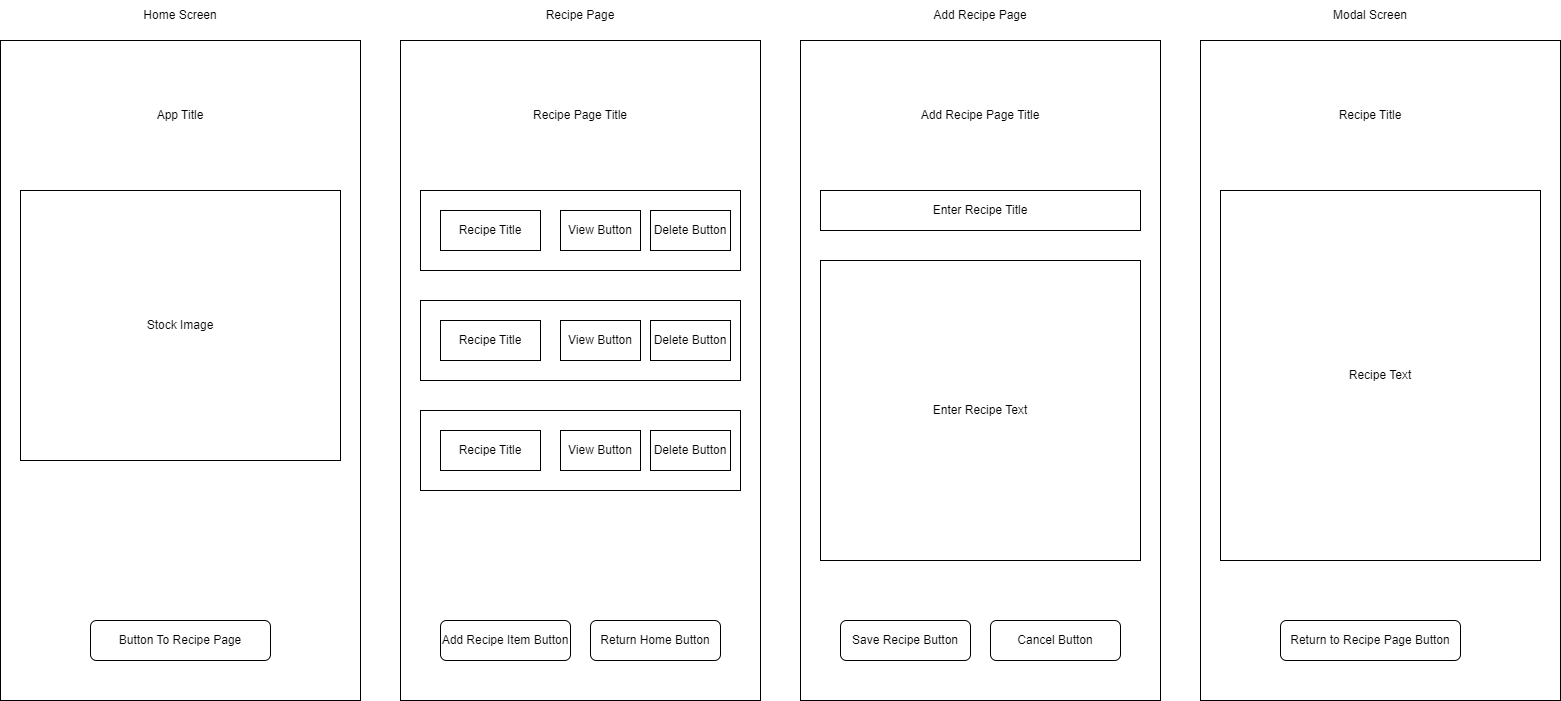
Above: Week 6/RecipesApp/docs/RecipesApp.drawio.png in KristenCav/IST236 (draw.io), before the change. Source tidied: cells renumbered, new cells last; positions are measured from the earlier drawing's top-left corner, leaving out a move shared by most shapes. The source it was exported from:
```xml
<mxGraphModel>
  <root>
    <mxCell id="0" />
    <mxCell id="1" parent="0" />
    <mxCell id="2" style="rounded=0;whiteSpace=wrap;html=1;" parent="1" vertex="1">
      <mxGeometry y="40" width="360" height="660" as="geometry" />
    </mxCell>
    <mxCell id="3" value="App Title" style="text;html=1;strokeColor=none;fillColor=none;align=center;verticalAlign=middle;whiteSpace=wrap;rounded=0;" parent="1" vertex="1">
      <mxGeometry x="100" y="100" width="160" height="30" as="geometry" />
    </mxCell>
    <mxCell id="4" value="Home Screen" style="text;html=1;strokeColor=none;fillColor=none;align=center;verticalAlign=middle;whiteSpace=wrap;rounded=0;" parent="1" vertex="1">
      <mxGeometry x="110" width="140" height="30" as="geometry" />
    </mxCell>
    <mxCell id="5" value="Stock Image" style="rounded=0;whiteSpace=wrap;html=1;" parent="1" vertex="1">
      <mxGeometry x="20" y="190" width="320" height="270" as="geometry" />
    </mxCell>
    <mxCell id="6" value="Button To Recipe Page" style="rounded=1;whiteSpace=wrap;html=1;" parent="1" vertex="1">
      <mxGeometry x="90" y="620" width="180" height="40" as="geometry" />
    </mxCell>
    <mxCell id="7" style="rounded=0;whiteSpace=wrap;html=1;" parent="1" vertex="1">
      <mxGeometry x="400" y="40" width="360" height="660" as="geometry" />
    </mxCell>
    <mxCell id="8" value="Recipe Page" style="text;html=1;strokeColor=none;fillColor=none;align=center;verticalAlign=middle;whiteSpace=wrap;rounded=0;" parent="1" vertex="1">
      <mxGeometry x="510" width="140" height="30" as="geometry" />
    </mxCell>
    <mxCell id="9" style="rounded=0;whiteSpace=wrap;html=1;" parent="1" vertex="1">
      <mxGeometry x="420" y="190" width="320" height="80" as="geometry" />
    </mxCell>
    <mxCell id="10" value="Add Recipe Item Button" style="rounded=1;whiteSpace=wrap;html=1;" parent="1" vertex="1">
      <mxGeometry x="440" y="620" width="130" height="40" as="geometry" />
    </mxCell>
    <mxCell id="11" value="Recipe Title" style="rounded=0;whiteSpace=wrap;html=1;" parent="1" vertex="1">
      <mxGeometry x="440" y="210" width="100" height="40" as="geometry" />
    </mxCell>
    <mxCell id="12" value="View Button" style="rounded=0;whiteSpace=wrap;html=1;" parent="1" vertex="1">
      <mxGeometry x="560" y="210" width="80" height="40" as="geometry" />
    </mxCell>
    <mxCell id="13" value="Return Home Button" style="rounded=1;whiteSpace=wrap;html=1;" parent="1" vertex="1">
      <mxGeometry x="590" y="620" width="130" height="40" as="geometry" />
    </mxCell>
    <mxCell id="14" value="Delete Button" style="rounded=0;whiteSpace=wrap;html=1;" parent="1" vertex="1">
      <mxGeometry x="650" y="210" width="80" height="40" as="geometry" />
    </mxCell>
    <mxCell id="15" style="rounded=0;whiteSpace=wrap;html=1;" parent="1" vertex="1">
      <mxGeometry x="800" y="40" width="360" height="660" as="geometry" />
    </mxCell>
    <mxCell id="16" value="Add Recipe Page" style="text;html=1;strokeColor=none;fillColor=none;align=center;verticalAlign=middle;whiteSpace=wrap;rounded=0;" parent="1" vertex="1">
      <mxGeometry x="910" width="140" height="30" as="geometry" />
    </mxCell>
    <mxCell id="17" style="rounded=0;whiteSpace=wrap;html=1;" parent="1" vertex="1">
      <mxGeometry x="420" y="300" width="320" height="80" as="geometry" />
    </mxCell>
    <mxCell id="18" style="rounded=0;whiteSpace=wrap;html=1;" parent="1" vertex="1">
      <mxGeometry x="420" y="410" width="320" height="80" as="geometry" />
    </mxCell>
    <mxCell id="19" value="Recipe Title" style="rounded=0;whiteSpace=wrap;html=1;" parent="1" vertex="1">
      <mxGeometry x="440" y="320" width="100" height="40" as="geometry" />
    </mxCell>
    <mxCell id="20" value="Recipe Title" style="rounded=0;whiteSpace=wrap;html=1;" parent="1" vertex="1">
      <mxGeometry x="440" y="430" width="100" height="40" as="geometry" />
    </mxCell>
    <mxCell id="21" value="View Button" style="rounded=0;whiteSpace=wrap;html=1;" parent="1" vertex="1">
      <mxGeometry x="560" y="320" width="80" height="40" as="geometry" />
    </mxCell>
    <mxCell id="22" value="View Button" style="rounded=0;whiteSpace=wrap;html=1;" parent="1" vertex="1">
      <mxGeometry x="560" y="430" width="80" height="40" as="geometry" />
    </mxCell>
    <mxCell id="23" value="Delete Button" style="rounded=0;whiteSpace=wrap;html=1;" parent="1" vertex="1">
      <mxGeometry x="650" y="430" width="80" height="40" as="geometry" />
    </mxCell>
    <mxCell id="24" value="Delete Button" style="rounded=0;whiteSpace=wrap;html=1;" parent="1" vertex="1">
      <mxGeometry x="650" y="320" width="80" height="40" as="geometry" />
    </mxCell>
    <mxCell id="25" value="Recipe Page Title" style="text;html=1;strokeColor=none;fillColor=none;align=center;verticalAlign=middle;whiteSpace=wrap;rounded=0;" parent="1" vertex="1">
      <mxGeometry x="500" y="100" width="160" height="30" as="geometry" />
    </mxCell>
    <mxCell id="26" value="Add Recipe Page Title" style="text;html=1;strokeColor=none;fillColor=none;align=center;verticalAlign=middle;whiteSpace=wrap;rounded=0;" parent="1" vertex="1">
      <mxGeometry x="900" y="100" width="160" height="30" as="geometry" />
    </mxCell>
    <mxCell id="27" style="rounded=0;whiteSpace=wrap;html=1;" parent="1" vertex="1">
      <mxGeometry x="1200" y="40" width="360" height="660" as="geometry" />
    </mxCell>
    <mxCell id="28" value="Modal Screen" style="text;html=1;strokeColor=none;fillColor=none;align=center;verticalAlign=middle;whiteSpace=wrap;rounded=0;" parent="1" vertex="1">
      <mxGeometry x="1300" width="140" height="30" as="geometry" />
    </mxCell>
    <mxCell id="29" value="Recipe Title" style="text;html=1;strokeColor=none;fillColor=none;align=center;verticalAlign=middle;whiteSpace=wrap;rounded=0;" parent="1" vertex="1">
      <mxGeometry x="1290" y="100" width="160" height="30" as="geometry" />
    </mxCell>
    <mxCell id="30" value="Return to Recipe Page Button" style="rounded=1;whiteSpace=wrap;html=1;" parent="1" vertex="1">
      <mxGeometry x="1280" y="620" width="180" height="40" as="geometry" />
    </mxCell>
    <mxCell id="31" value="Recipe Text" style="rounded=0;whiteSpace=wrap;html=1;" parent="1" vertex="1">
      <mxGeometry x="1220" y="190" width="320" height="370" as="geometry" />
    </mxCell>
    <mxCell id="32" value="Enter Recipe Title" style="rounded=0;whiteSpace=wrap;html=1;" parent="1" vertex="1">
      <mxGeometry x="820" y="190" width="320" height="40" as="geometry" />
    </mxCell>
    <mxCell id="33" value="Enter Recipe Text" style="rounded=0;whiteSpace=wrap;html=1;" parent="1" vertex="1">
      <mxGeometry x="820" y="260" width="320" height="300" as="geometry" />
    </mxCell>
    <mxCell id="34" value="Save Recipe Button" style="rounded=1;whiteSpace=wrap;html=1;" parent="1" vertex="1">
      <mxGeometry x="840" y="620" width="130" height="40" as="geometry" />
    </mxCell>
    <mxCell id="35" value="Cancel Button" style="rounded=1;whiteSpace=wrap;html=1;" parent="1" vertex="1">
      <mxGeometry x="990" y="620" width="130" height="40" as="geometry" />
    </mxCell>
  </root>
</mxGraphModel>
```
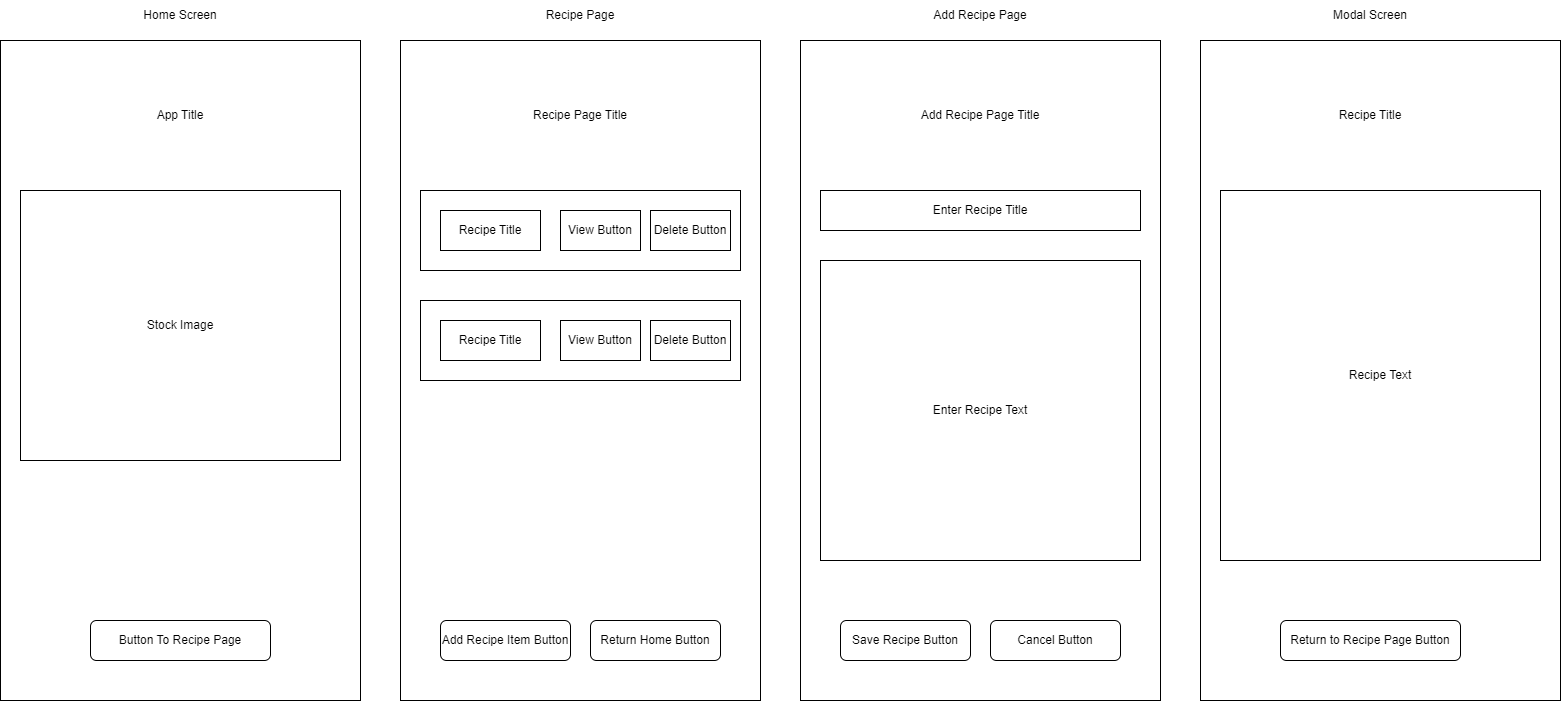
After the commit.

Change to the diagram source:
```diff
@@ -50,24 +50,12 @@
     <mxCell id="17" style="rounded=0;whiteSpace=wrap;html=1;" parent="1" vertex="1">
       <mxGeometry x="420" y="300" width="320" height="80" as="geometry" />
     </mxCell>
-    <mxCell id="18" style="rounded=0;whiteSpace=wrap;html=1;" parent="1" vertex="1">
-      <mxGeometry x="420" y="410" width="320" height="80" as="geometry" />
-    </mxCell>
     <mxCell id="19" value="Recipe Title" style="rounded=0;whiteSpace=wrap;html=1;" parent="1" vertex="1">
       <mxGeometry x="440" y="320" width="100" height="40" as="geometry" />
     </mxCell>
-    <mxCell id="20" value="Recipe Title" style="rounded=0;whiteSpace=wrap;html=1;" parent="1" vertex="1">
-      <mxGeometry x="440" y="430" width="100" height="40" as="geometry" />
-    </mxCell>
     <mxCell id="21" value="View Button" style="rounded=0;whiteSpace=wrap;html=1;" parent="1" vertex="1">
       <mxGeometry x="560" y="320" width="80" height="40" as="geometry" />
     </mxCell>
-    <mxCell id="22" value="View Button" style="rounded=0;whiteSpace=wrap;html=1;" parent="1" vertex="1">
-      <mxGeometry x="560" y="430" width="80" height="40" as="geometry" />
-    </mxCell>
-    <mxCell id="23" value="Delete Button" style="rounded=0;whiteSpace=wrap;html=1;" parent="1" vertex="1">
-      <mxGeometry x="650" y="430" width="80" height="40" as="geometry" />
-    </mxCell>
     <mxCell id="24" value="Delete Button" style="rounded=0;whiteSpace=wrap;html=1;" parent="1" vertex="1">
       <mxGeometry x="650" y="320" width="80" height="40" as="geometry" />
     </mxCell>
```
